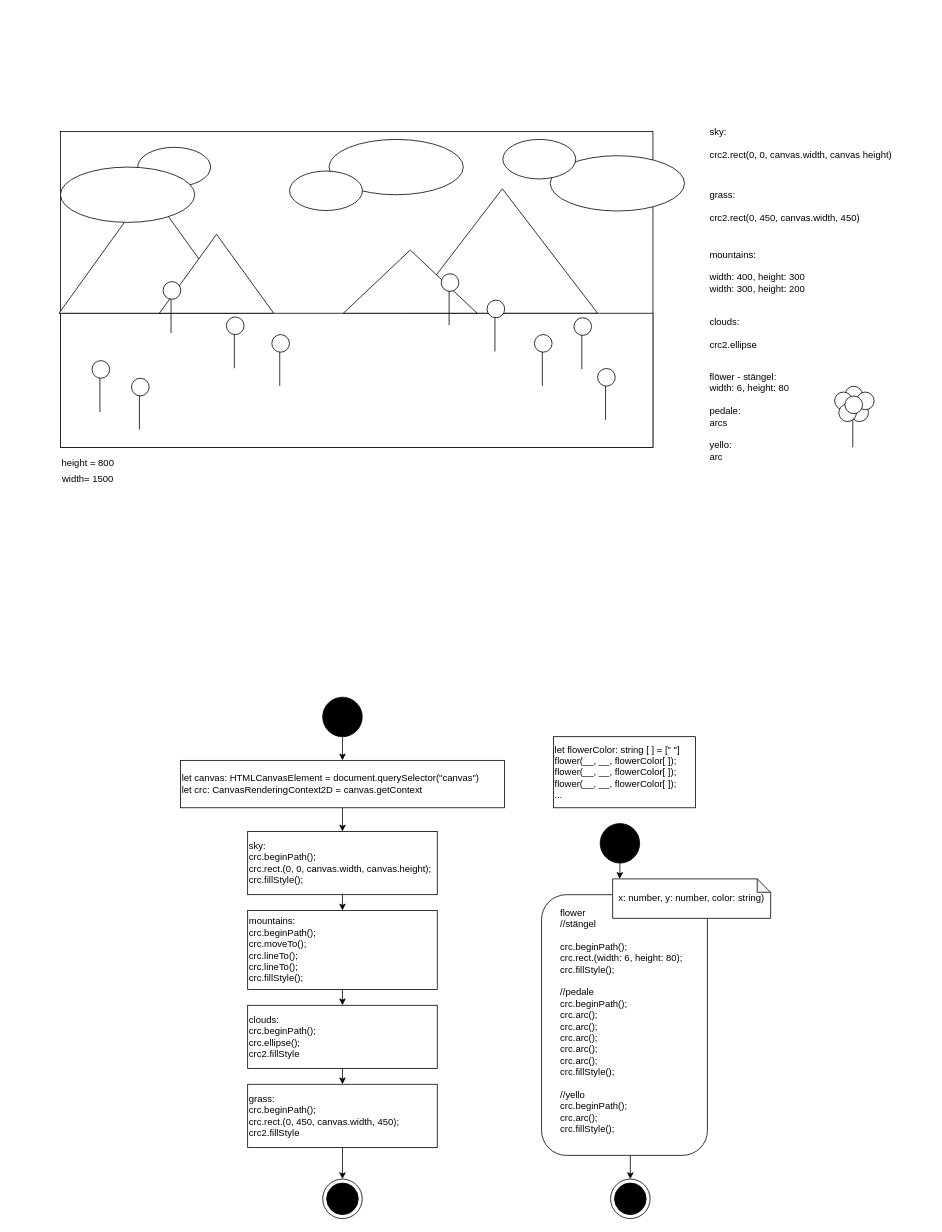
The draw.io diagram a7/a7.drawio in Kindazure/EIA2-SS21, before the edit. Source tidied: cells renumbered, new cells numbered last; positions are measured from the earlier drawing's top-left corner, leaving out a move shared by most shapes. Both pictures are drawn from the tidied source at 79%, with x=0, y=0 at pixel (52, 123).
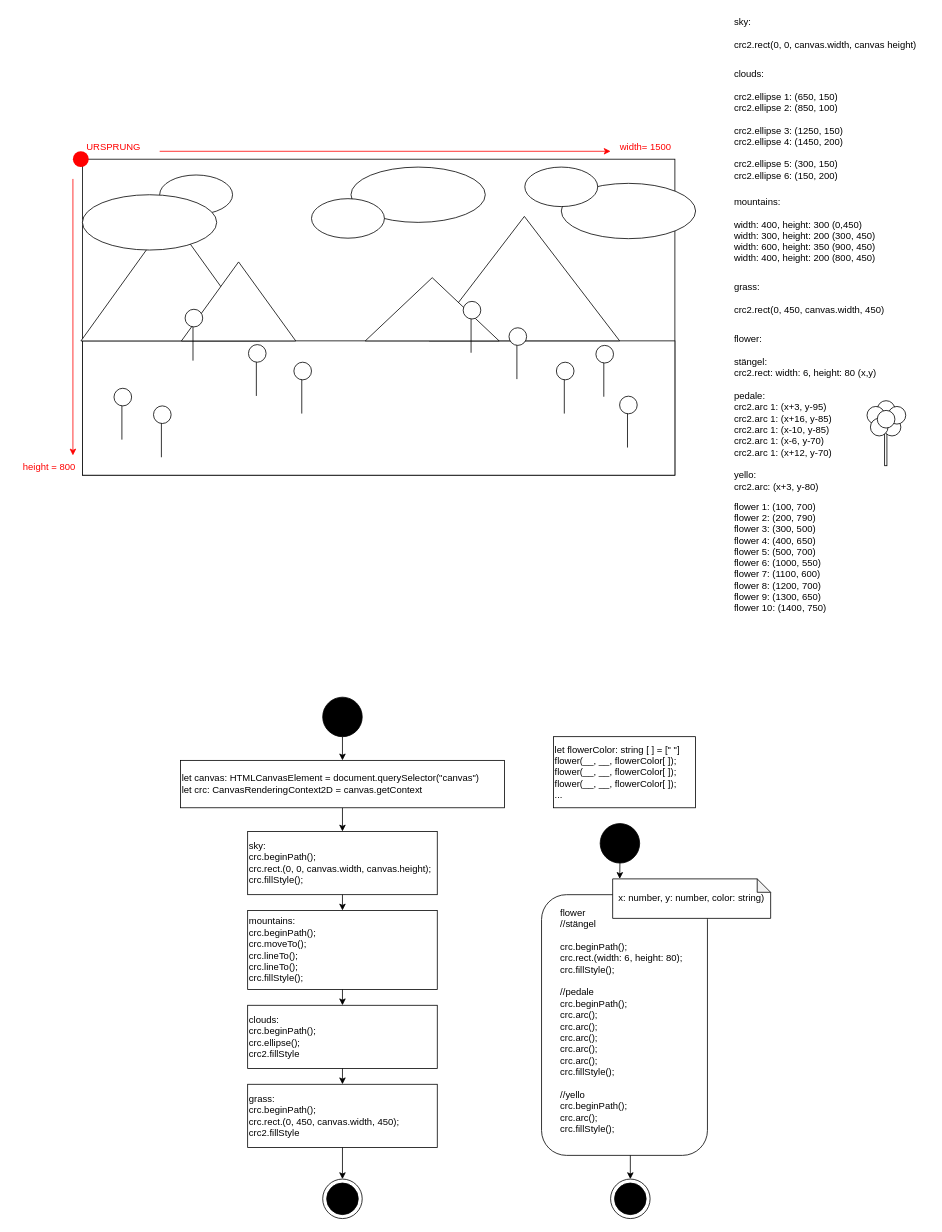
The same page after the edit.

Diff of the diagram source:
```diff
@@
+    <mxCell id="71" style="rounded=0;whiteSpace=wrap;html=1;fillColor=none;" parent="1" vertex="1">
+      <mxGeometry x="1053.3" y="373" width="2.9" height="60" as="geometry" />
+    </mxCell>
     <mxCell id="2" style="rounded=0;whiteSpace=wrap;html=1;" parent="1" vertex="1">
-      <mxGeometry x="10" y="10" width="750" height="400" as="geometry" />
+      <mxGeometry x="37.8" y="45" width="750" height="400" as="geometry" />
     </mxCell>
     <mxCell id="3" style="rounded=0;whiteSpace=wrap;html=1;" parent="1" vertex="1">
-      <mxGeometry x="10" y="240" width="750" height="170" as="geometry" />
+      <mxGeometry x="37.8" y="275" width="750" height="170" as="geometry" />
     </mxCell>
     <mxCell id="4" style="triangle;whiteSpace=wrap;html=1;rotation=-90;" parent="1" vertex="1">
-      <mxGeometry x="490.6" y="40.6" width="157.5" height="241.2" as="geometry" />
+      <mxGeometry x="518.5" y="75.6" width="157.5" height="241.2" as="geometry" />
     </mxCell>
     <mxCell id="5" style="triangle;whiteSpace=wrap;html=1;rotation=-90;" parent="1" vertex="1">
-      <mxGeometry x="412.8" y="115.3" width="80" height="169.4" as="geometry" />
+      <mxGeometry x="440.6" y="150.3" width="80" height="169.4" as="geometry" />
     </mxCell>
     <mxCell id="6" style="triangle;whiteSpace=wrap;html=1;rotation=-90;" parent="1" vertex="1">
-      <mxGeometry x="42.7" y="48" width="157.5" height="226.6" as="geometry" />
+      <mxGeometry x="70.5" y="83" width="157.5" height="226.6" as="geometry" />
     </mxCell>
     <mxCell id="7" style="triangle;whiteSpace=wrap;html=1;rotation=-90;" parent="1" vertex="1">
-      <mxGeometry x="157.6" y="117.7" width="100" height="144.7" as="geometry" />
+      <mxGeometry x="185.5" y="152.7" width="100" height="144.7" as="geometry" />
     </mxCell>
     <mxCell id="8" style="ellipse;whiteSpace=wrap;html=1;" parent="1" vertex="1">
-      <mxGeometry x="350" y="20" width="170" height="70" as="geometry" />
+      <mxGeometry x="377.8" y="55" width="170" height="70" as="geometry" />
     </mxCell>
     <mxCell id="9" style="ellipse;whiteSpace=wrap;html=1;" parent="1" vertex="1">
-      <mxGeometry x="300" y="60" width="92.3" height="50" as="geometry" />
+      <mxGeometry x="327.8" y="95" width="92.3" height="50" as="geometry" />
     </mxCell>
     <mxCell id="10" style="ellipse;whiteSpace=wrap;html=1;" parent="1" vertex="1">
-      <mxGeometry x="630" y="40.6" width="170" height="70" as="geometry" />
+      <mxGeometry x="644" y="75.6" width="170" height="70" as="geometry" />
     </mxCell>
     <mxCell id="11" style="ellipse;whiteSpace=wrap;html=1;" parent="1" vertex="1">
-      <mxGeometry x="570" y="20" width="92.3" height="50" as="geometry" />
+      <mxGeometry x="597.8" y="55" width="92.3" height="50" as="geometry" />
     </mxCell>
     <mxCell id="12" style="ellipse;whiteSpace=wrap;html=1;" parent="1" vertex="1">
-      <mxGeometry x="107.8" y="30" width="92.3" height="50" as="geometry" />
+      <mxGeometry x="135.6" y="65" width="92.3" height="50" as="geometry" />
     </mxCell>
     <mxCell id="13" style="ellipse;whiteSpace=wrap;html=1;" parent="1" vertex="1">
-      <mxGeometry x="10" y="55" width="170" height="70" as="geometry" />
+      <mxGeometry x="37.8" y="90" width="170" height="70" as="geometry" />
     </mxCell>
     <mxCell id="14" style="endArrow=none;html=1;" parent="1" edge="1">
       <mxGeometry relative="1" as="geometry">
-        <mxPoint x="60" y="365" as="sourcePoint" />
-        <mxPoint x="60" y="315" as="targetPoint" />
+        <mxPoint x="87.8" y="400" as="sourcePoint" />
+        <mxPoint x="87.8" y="350" as="targetPoint" />
       </mxGeometry>
     </mxCell>
     <mxCell id="15" style="ellipse;whiteSpace=wrap;html=1;" parent="1" vertex="1">
-      <mxGeometry x="50" y="300" width="22.3" height="22.3" as="geometry" />
+      <mxGeometry x="77.8" y="335" width="22.3" height="22.3" as="geometry" />
     </mxCell>
     <mxCell id="16" style="endArrow=none;html=1;" parent="1" edge="1">
       <mxGeometry relative="1" as="geometry">
-        <mxPoint x="150" y="265" as="sourcePoint" />
-        <mxPoint x="150" y="215" as="targetPoint" />
+        <mxPoint x="177.8" y="300" as="sourcePoint" />
+        <mxPoint x="177.8" y="250" as="targetPoint" />
       </mxGeometry>
     </mxCell>
     <mxCell id="17" style="ellipse;whiteSpace=wrap;html=1;" parent="1" vertex="1">
-      <mxGeometry x="140" y="200" width="22.3" height="22.3" as="geometry" />
+      <mxGeometry x="167.8" y="235" width="22.3" height="22.3" as="geometry" />
     </mxCell>
     <mxCell id="18" style="endArrow=none;html=1;" parent="1" edge="1">
       <mxGeometry relative="1" as="geometry">
-        <mxPoint x="110" y="387.3" as="sourcePoint" />
-        <mxPoint x="110" y="337.3" as="targetPoint" />
+        <mxPoint x="137.8" y="422.3" as="sourcePoint" />
+        <mxPoint x="137.8" y="372.3" as="targetPoint" />
       </mxGeometry>
     </mxCell>
     <mxCell id="19" style="ellipse;whiteSpace=wrap;html=1;" parent="1" vertex="1">
-      <mxGeometry x="100" y="322.3" width="22.3" height="22.3" as="geometry" />
+      <mxGeometry x="127.8" y="357.3" width="22.3" height="22.3" as="geometry" />
     </mxCell>
     <mxCell id="20" style="endArrow=none;html=1;" parent="1" edge="1">
       <mxGeometry relative="1" as="geometry">
-        <mxPoint x="230.1" y="309.7" as="sourcePoint" />
-        <mxPoint x="230.1" y="259.7" as="targetPoint" />
+        <mxPoint x="258" y="344.7" as="sourcePoint" />
+        <mxPoint x="258" y="294.7" as="targetPoint" />
       </mxGeometry>
     </mxCell>
     <mxCell id="21" style="ellipse;whiteSpace=wrap;html=1;" parent="1" vertex="1">
-      <mxGeometry x="220.1" y="244.7" width="22.3" height="22.3" as="geometry" />
+      <mxGeometry x="248" y="279.7" width="22.3" height="22.3" as="geometry" />
     </mxCell>
     <mxCell id="22" style="endArrow=none;html=1;" parent="1" edge="1">
       <mxGeometry relative="1" as="geometry">
-        <mxPoint x="287.6" y="332" as="sourcePoint" />
-        <mxPoint x="287.6" y="282" as="targetPoint" />
+        <mxPoint x="315.5" y="367" as="sourcePoint" />
+        <mxPoint x="315.5" y="317" as="targetPoint" />
       </mxGeometry>
     </mxCell>
     <mxCell id="23" style="ellipse;whiteSpace=wrap;html=1;" parent="1" vertex="1">
-      <mxGeometry x="277.6" y="267" width="22.3" height="22.3" as="geometry" />
+      <mxGeometry x="305.5" y="302" width="22.3" height="22.3" as="geometry" />
     </mxCell>
     <mxCell id="24" style="endArrow=none;html=1;" parent="1" edge="1">
       <mxGeometry relative="1" as="geometry">
-        <mxPoint x="502" y="255" as="sourcePoint" />
-        <mxPoint x="502" y="205" as="targetPoint" />
+        <mxPoint x="529.8" y="290" as="sourcePoint" />
+        <mxPoint x="529.8" y="240" as="targetPoint" />
       </mxGeometry>
     </mxCell>
     <mxCell id="25" style="ellipse;whiteSpace=wrap;html=1;" parent="1" vertex="1">
-      <mxGeometry x="492" y="190" width="22.3" height="22.3" as="geometry" />
+      <mxGeometry x="519.8" y="225" width="22.3" height="22.3" as="geometry" />
     </mxCell>
     <mxCell id="26" style="endArrow=none;html=1;" parent="1" edge="1">
       <mxGeometry relative="1" as="geometry">
-        <mxPoint x="560" y="288.4" as="sourcePoint" />
-        <mxPoint x="560" y="238.4" as="targetPoint" />
+        <mxPoint x="587.8" y="323.4" as="sourcePoint" />
+        <mxPoint x="587.8" y="273.4" as="targetPoint" />
       </mxGeometry>
     </mxCell>
     <mxCell id="27" style="ellipse;whiteSpace=wrap;html=1;" parent="1" vertex="1">
-      <mxGeometry x="550" y="223.4" width="22.3" height="22.3" as="geometry" />
+      <mxGeometry x="577.8" y="258.4" width="22.3" height="22.3" as="geometry" />
     </mxCell>
     <mxCell id="28" style="endArrow=none;html=1;" parent="1" edge="1">
       <mxGeometry relative="1" as="geometry">
-        <mxPoint x="620" y="332" as="sourcePoint" />
-        <mxPoint x="620" y="282" as="targetPoint" />
+        <mxPoint x="647.8" y="367" as="sourcePoint" />
+        <mxPoint x="647.8" y="317" as="targetPoint" />
       </mxGeometry>
     </mxCell>
     <mxCell id="29" style="ellipse;whiteSpace=wrap;html=1;" parent="1" vertex="1">
-      <mxGeometry x="610" y="267" width="22.3" height="22.3" as="geometry" />
+      <mxGeometry x="637.8" y="302" width="22.3" height="22.3" as="geometry" />
     </mxCell>
     <mxCell id="30" style="endArrow=none;html=1;" parent="1" edge="1">
       <mxGeometry relative="1" as="geometry">
-        <mxPoint x="670" y="310.7" as="sourcePoint" />
-        <mxPoint x="670" y="260.7" as="targetPoint" />
+        <mxPoint x="697.8" y="345.7" as="sourcePoint" />
+        <mxPoint x="697.8" y="295.7" as="targetPoint" />
       </mxGeometry>
     </mxCell>
     <mxCell id="31" style="ellipse;whiteSpace=wrap;html=1;" parent="1" vertex="1">
-      <mxGeometry x="660" y="245.7" width="22.3" height="22.3" as="geometry" />
+      <mxGeometry x="687.8" y="280.7" width="22.3" height="22.3" as="geometry" />
     </mxCell>
     <mxCell id="32" style="endArrow=none;html=1;" parent="1" edge="1">
       <mxGeometry relative="1" as="geometry">
-        <mxPoint x="700" y="375" as="sourcePoint" />
-        <mxPoint x="700" y="325" as="targetPoint" />
+        <mxPoint x="727.8" y="410" as="sourcePoint" />
+        <mxPoint x="727.8" y="360" as="targetPoint" />
       </mxGeometry>
     </mxCell>
     <mxCell id="33" style="ellipse;whiteSpace=wrap;html=1;" parent="1" vertex="1">
-      <mxGeometry x="690" y="310" width="22.3" height="22.3" as="geometry" />
+      <mxGeometry x="717.8" y="345" width="22.3" height="22.3" as="geometry" />
     </mxCell>
-    <mxCell id="34" value="width= 1500" style="text;html=1;strokeColor=none;fillColor=none;align=center;verticalAlign=middle;whiteSpace=wrap;rounded=0;" parent="1" vertex="1">
-      <mxGeometry y="440" width="90" height="20" as="geometry" />
+    <mxCell id="34" value="&lt;font color=&quot;#ff0000&quot;&gt;width= 1500&lt;/font&gt;" style="text;html=1;strokeColor=none;fillColor=none;align=center;verticalAlign=middle;whiteSpace=wrap;rounded=0;" parent="1" vertex="1">
+      <mxGeometry x="706.4" y="20" width="90" height="20" as="geometry" />
     </mxCell>
-    <mxCell id="35" value="height = 800" style="text;html=1;strokeColor=none;fillColor=none;align=center;verticalAlign=middle;whiteSpace=wrap;rounded=0;" parent="1" vertex="1">
-      <mxGeometry y="420" width="90" height="20" as="geometry" />
+    <mxCell id="35" value="&lt;font color=&quot;#ff0000&quot;&gt;height = 800&lt;/font&gt;" style="text;html=1;strokeColor=none;fillColor=none;align=center;verticalAlign=middle;whiteSpace=wrap;rounded=0;" parent="1" vertex="1">
+      <mxGeometry x="-49" y="425" width="90" height="20" as="geometry" />
     </mxCell>
     <mxCell id="36" value="sky: &lt;br&gt;&lt;br&gt;crc2.rect(0, 0, canvas.width, canvas height)" style="text;html=1;strokeColor=none;fillColor=none;align=left;verticalAlign=middle;whiteSpace=wrap;rounded=0;" parent="1" vertex="1">
-      <mxGeometry x="830" width="241" height="50" as="geometry" />
+      <mxGeometry x="861.3" y="-139" width="241" height="50" as="geometry" />
     </mxCell>
-    <mxCell id="37" style="endArrow=none;html=1;" parent="1" edge="1">
-      <mxGeometry relative="1" as="geometry">
-        <mxPoint x="1013" y="409.8" as="sourcePoint" />
-        <mxPoint x="1013" y="359.8" as="targetPoint" />
-      </mxGeometry>
-    </mxCell>
     <mxCell id="38" style="ellipse;whiteSpace=wrap;html=1;" parent="1" vertex="1">
-      <mxGeometry x="1010.5" y="354.8" width="22.3" height="22.3" as="geometry" />
+      <mxGeometry x="1051.5" y="373" width="22.3" height="22.3" as="geometry" />
     </mxCell>
     <mxCell id="39" style="ellipse;whiteSpace=wrap;html=1;" parent="1" vertex="1">
-      <mxGeometry x="1003" y="332.5" width="22.3" height="22.3" as="geometry" />
+      <mxGeometry x="1044" y="350.7" width="22.3" height="22.3" as="geometry" />
     </mxCell>
     <mxCell id="40" style="ellipse;whiteSpace=wrap;html=1;" parent="1" vertex="1">
-      <mxGeometry x="1017.7" y="339.8" width="22.3" height="22.3" as="geometry" />
+      <mxGeometry x="1057.7" y="358" width="22.3" height="22.3" as="geometry" />
     </mxCell>
     <mxCell id="41" style="ellipse;whiteSpace=wrap;html=1;" parent="1" vertex="1">
-      <mxGeometry x="990" y="339.8" width="22.3" height="22.3" as="geometry" />
+      <mxGeometry x="1031" y="358" width="22.3" height="22.3" as="geometry" />
     </mxCell>
     <mxCell id="42" style="ellipse;whiteSpace=wrap;html=1;" parent="1" vertex="1">
-      <mxGeometry x="995.3" y="354.8" width="22.3" height="22.3" as="geometry" />
+      <mxGeometry x="1035.3" y="373" width="22.3" height="22.3" as="geometry" />
     </mxCell>
     <mxCell id="43" style="ellipse;whiteSpace=wrap;html=1;" parent="1" vertex="1">
-      <mxGeometry x="1003" y="344.8" width="22.3" height="22.3" as="geometry" />
+      <mxGeometry x="1044" y="363" width="22.3" height="22.3" as="geometry" />
     </mxCell>
     <mxCell id="44" value="grass: &lt;br&gt;&lt;br&gt;crc2.rect(0, 450, canvas.width, 450)" style="text;html=1;strokeColor=none;fillColor=none;align=left;verticalAlign=middle;whiteSpace=wrap;rounded=0;" parent="1" vertex="1">
-      <mxGeometry x="830" y="80" width="241" height="50" as="geometry" />
+      <mxGeometry x="861" y="195.7" width="241" height="50" as="geometry" />
     </mxCell>
-    <mxCell id="45" value="mountains: &lt;br&gt;&lt;br&gt;width: 400, height: 300&lt;br&gt;width: 300, height: 200" style="text;html=1;strokeColor=none;fillColor=none;align=left;verticalAlign=middle;whiteSpace=wrap;rounded=0;" parent="1" vertex="1">
-      <mxGeometry x="830" y="162.3" width="241" height="50" as="geometry" />
+    <mxCell id="45" value="mountains:&lt;br&gt;&lt;br&gt;width: 400, height: 300 (0,450)&lt;br&gt;width: 300, height: 200 (300, 450)&lt;br&gt;width: 600, height: 350 (900, 450)&lt;br&gt;width: 400, height: 200 (800, 450)" style="text;html=1;strokeColor=none;fillColor=none;align=left;verticalAlign=middle;whiteSpace=wrap;rounded=0;" parent="1" vertex="1">
+      <mxGeometry x="861.3" y="86" width="240.5" height="97.3" as="geometry" />
     </mxCell>
-    <mxCell id="46" value="&lt;font face=&quot;helvetica&quot;&gt;clouds:&lt;br&gt;&lt;/font&gt;&lt;br&gt;crc2.ellipse" style="text;whiteSpace=wrap;html=1;" parent="1" vertex="1">
-      <mxGeometry x="830" y="238.2" width="150" height="60" as="geometry" />
+    <mxCell id="46" value="&lt;font face=&quot;helvetica&quot;&gt;clouds:&lt;br&gt;&lt;/font&gt;&lt;br&gt;crc2.ellipse 1: (650, 150)&lt;br&gt;crc2.ellipse 2: (850, 100)&lt;br&gt;&lt;br&gt;crc2.ellipse 3: (1250, 150)&lt;br&gt;crc2.ellipse 4: (1450, 200)&lt;br&gt;&lt;br&gt;crc2.ellipse 5: (300, 150)&lt;br&gt;crc2.ellipse 6: (150, 200)" style="text;whiteSpace=wrap;html=1;" parent="1" vertex="1">
+      <mxGeometry x="861.3" y="-76.7" width="240.5" height="150" as="geometry" />
     </mxCell>
-    <mxCell id="47" value="flöwer - stängel:&lt;br&gt;width: 6, height: 80&amp;nbsp;&lt;br&gt;&lt;br&gt;pedale:&lt;br&gt;arcs&lt;br&gt;&lt;br&gt;yello:&lt;br&gt;arc" style="text;html=1;strokeColor=none;fillColor=none;align=left;verticalAlign=middle;whiteSpace=wrap;rounded=0;" parent="1" vertex="1">
-      <mxGeometry x="830" y="312.3" width="119.8" height="117.7" as="geometry" />
+    <mxCell id="47" value="flower:&lt;br&gt;&lt;br&gt;stängel:&amp;nbsp;&lt;br&gt;crc2.rect: width: 6, height: 80 (x,y)&lt;br&gt;&lt;br&gt;pedale:&lt;br&gt;crc2.arc 1: (x+3, y-95)&lt;br&gt;crc2.arc 1: (x+16, y-85)&lt;br&gt;crc2.arc 1: (x-10, y-85)&lt;br&gt;crc2.arc 1: (x-6, y-70)&lt;br&gt;crc2.arc 1: (x+12, y-70)&lt;br&gt;&lt;br&gt;yello:&lt;br&gt;crc2.arc: (x+3, y-80)" style="text;html=1;strokeColor=none;fillColor=none;align=left;verticalAlign=middle;whiteSpace=wrap;rounded=0;" parent="1" vertex="1">
+      <mxGeometry x="861.3" y="251" width="247" height="230" as="geometry" />
     </mxCell>
@@
+    <mxCell id="72" style="ellipse;whiteSpace=wrap;html=1;fillColor=#FF0000;strokeColor=none;" parent="1" vertex="1">
+      <mxGeometry x="25.8" y="35" width="20" height="20" as="geometry" />
+    </mxCell>
+    <mxCell id="73" value="&lt;font color=&quot;#ff0000&quot;&gt;URSPRUNG&lt;/font&gt;" style="text;html=1;strokeColor=none;fillColor=none;align=center;verticalAlign=middle;whiteSpace=wrap;rounded=0;" parent="1" vertex="1">
+      <mxGeometry x="26.8" y="15" width="101" height="30" as="geometry" />
+    </mxCell>
+    <mxCell id="74" style="endArrow=classic;html=1;entryX=0;entryY=0.75;entryDx=0;entryDy=0;fillColor=#FF0000;strokeColor=#FF0000;" parent="1" edge="1" target="34">
+      <mxGeometry relative="1" as="geometry">
+        <mxPoint x="135.6" y="35" as="sourcePoint" />
+      </mxGeometry>
+    </mxCell>
+    <mxCell id="75" style="endArrow=classic;html=1;strokeColor=#FF0000;fillColor=#FF0000;" parent="1" edge="1">
+      <mxGeometry relative="1" as="geometry">
+        <mxPoint x="25.8" y="70" as="sourcePoint" />
+        <mxPoint x="25.8" y="420" as="targetPoint" />
+      </mxGeometry>
+    </mxCell>
+    <mxCell id="76" value="flower 1: (100, 700)&lt;br&gt;flower 2: (200, 790)&lt;br&gt;flower 3: (300, 500)&lt;br&gt;flower 4: (400, 650)&lt;br&gt;flower 5: (500, 700)&lt;br&gt;&lt;span style=&quot;font-family: &amp;#34;helvetica&amp;#34;&quot;&gt;flower 6: (1000, 550)&lt;/span&gt;&lt;br style=&quot;font-family: &amp;#34;helvetica&amp;#34;&quot;&gt;&lt;span style=&quot;font-family: &amp;#34;helvetica&amp;#34;&quot;&gt;flower 7: (1100, 600)&lt;/span&gt;&lt;br style=&quot;font-family: &amp;#34;helvetica&amp;#34;&quot;&gt;&lt;span style=&quot;font-family: &amp;#34;helvetica&amp;#34;&quot;&gt;flower 8: (1200, 700)&lt;/span&gt;&lt;br style=&quot;font-family: &amp;#34;helvetica&amp;#34;&quot;&gt;&lt;span style=&quot;font-family: &amp;#34;helvetica&amp;#34;&quot;&gt;flower 9: (1300, 650)&lt;/span&gt;&lt;br style=&quot;font-family: &amp;#34;helvetica&amp;#34;&quot;&gt;&lt;span style=&quot;font-family: &amp;#34;helvetica&amp;#34;&quot;&gt;flower 10: (1400, 750)&lt;/span&gt;" style="text;html=1;strokeColor=none;fillColor=none;align=left;verticalAlign=middle;whiteSpace=wrap;rounded=0;" parent="1" vertex="1">
+      <mxGeometry x="861.3" y="469.8" width="160" height="158.8" as="geometry" />
+    </mxCell>
```
